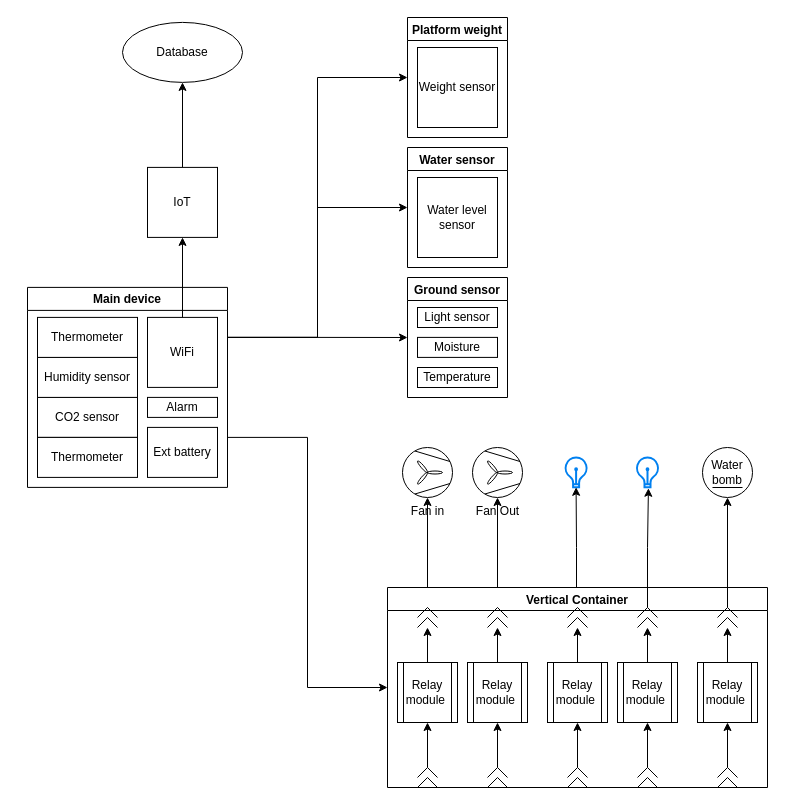
Above: page "Diagram" (3 of 3) of projs/indoor-project.drawio in aledquin/aledquin.github.io (draw.io), before the change. Source tidied: cells renumbered, new cells numbered last; positions are measured from the earlier drawing's top-left corner, leaving out a move shared by most shapes. Both pictures are drawn from the tidied source at 100%, with x=0, y=0 at pixel (27, 17).
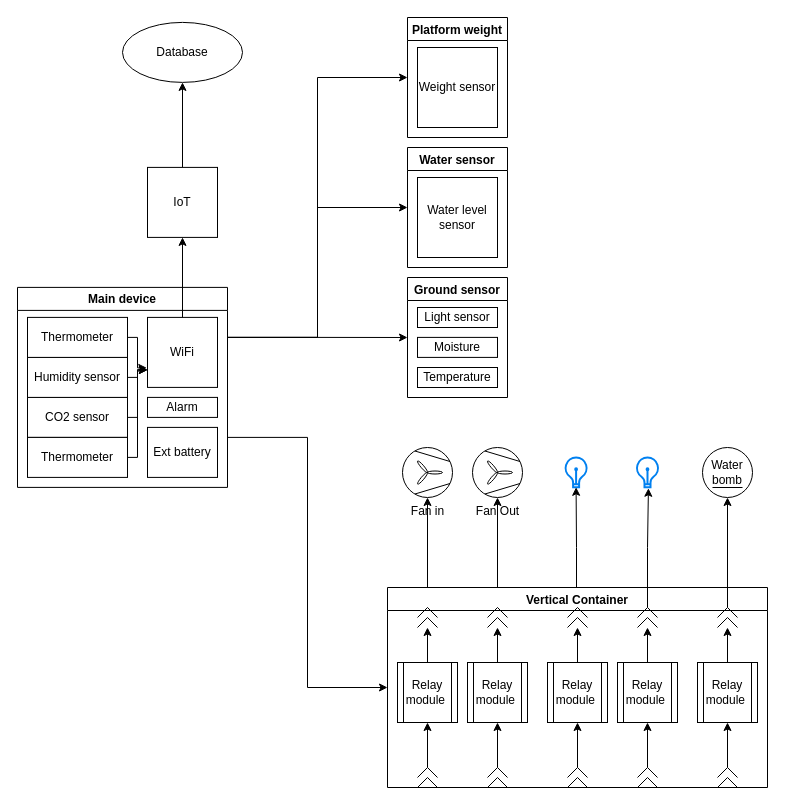
The same diagram, later.

Unchanged cells that the change refers to:
```xml
<mxCell id="13" value="CO2 sensor" style="rounded=0;whiteSpace=wrap;html=1;" parent="12" vertex="1">
  <mxGeometry x="10" y="110" width="100" height="40" as="geometry" />
</mxCell>
<mxCell id="14" value="Humidity sensor" style="rounded=0;whiteSpace=wrap;html=1;" parent="12" vertex="1">
  <mxGeometry x="10" y="70" width="100" height="40" as="geometry" />
</mxCell>
<mxCell id="15" value="Thermometer" style="rounded=0;whiteSpace=wrap;html=1;" parent="12" vertex="1">
  <mxGeometry x="10" y="30" width="100" height="40" as="geometry" />
</mxCell>
<mxCell id="16" value="Thermometer" style="rounded=0;whiteSpace=wrap;html=1;" parent="12" vertex="1">
  <mxGeometry x="10" y="150" width="100" height="40" as="geometry" />
</mxCell>
```

Diff of the diagram source:
```diff
@@
     <mxCell id="12" value="Main device" style="swimlane;" parent="1" vertex="1">
-      <mxGeometry y="269.9" width="200" height="200" as="geometry" />
+      <mxGeometry x="-10" y="269.9" width="210" height="200" as="geometry" />
     </mxCell>
+    <mxCell id="63" style="edgeStyle=orthogonalEdgeStyle;rounded=0;jettySize=auto;html=1;exitX=1;exitY=0.5;exitDx=0;exitDy=0;entryX=1;entryY=0.25;entryDx=0;entryDy=0;fontSize=12;" parent="12" edge="1" source="13" target="17">
+      <mxGeometry relative="1" as="geometry">
+        <Array as="points">
+          <mxPoint x="120" y="130" />
+          <mxPoint x="120" y="83" />
+        </Array>
+      </mxGeometry>
+    </mxCell>
@@
+    <mxCell id="64" style="edgeStyle=orthogonalEdgeStyle;rounded=0;jettySize=auto;html=1;entryX=1;entryY=0.25;entryDx=0;entryDy=0;fontSize=12;" parent="12" edge="1" source="14" target="17">
+      <mxGeometry relative="1" as="geometry">
+        <Array as="points">
+          <mxPoint x="120" y="90" />
+          <mxPoint x="120" y="83" />
+        </Array>
+      </mxGeometry>
+    </mxCell>
@@
+    <mxCell id="65" style="edgeStyle=orthogonalEdgeStyle;rounded=0;jettySize=auto;html=1;entryX=1.01;entryY=0.279;entryDx=0;entryDy=0;entryPerimeter=0;fontSize=12;" parent="12" edge="1" source="15" target="17">
+      <mxGeometry relative="1" as="geometry">
+        <Array as="points">
+          <mxPoint x="120" y="50" />
+          <mxPoint x="120" y="80" />
+        </Array>
+      </mxGeometry>
+    </mxCell>
@@
+    <mxCell id="66" style="edgeStyle=orthogonalEdgeStyle;rounded=0;jettySize=auto;html=1;exitX=1;exitY=0.5;exitDx=0;exitDy=0;entryX=1;entryY=0.25;entryDx=0;entryDy=0;fontSize=12;" parent="12" edge="1" source="16" target="17">
+      <mxGeometry relative="1" as="geometry">
+        <Array as="points">
+          <mxPoint x="120" y="170" />
+          <mxPoint x="120" y="83" />
+        </Array>
+      </mxGeometry>
+    </mxCell>
@@
     <mxCell id="17" value="WiFi" style="rounded=0;whiteSpace=wrap;html=1;direction=west;" parent="12" vertex="1">
-      <mxGeometry x="120" y="30" width="70" height="70" as="geometry" />
+      <mxGeometry x="130" y="30" width="70" height="70" as="geometry" />
     </mxCell>
     <mxCell id="18" value="Alarm" style="rounded=0;whiteSpace=wrap;html=1;" parent="12" vertex="1">
-      <mxGeometry x="120" y="110" width="70" height="20" as="geometry" />
+      <mxGeometry x="130" y="110" width="70" height="20" as="geometry" />
     </mxCell>
     <mxCell id="19" value="Ext battery" style="rounded=0;whiteSpace=wrap;html=1;" parent="12" vertex="1">
-      <mxGeometry x="120" y="140" width="70" height="50" as="geometry" />
+      <mxGeometry x="130" y="140" width="70" height="50" as="geometry" />
     </mxCell>
```
